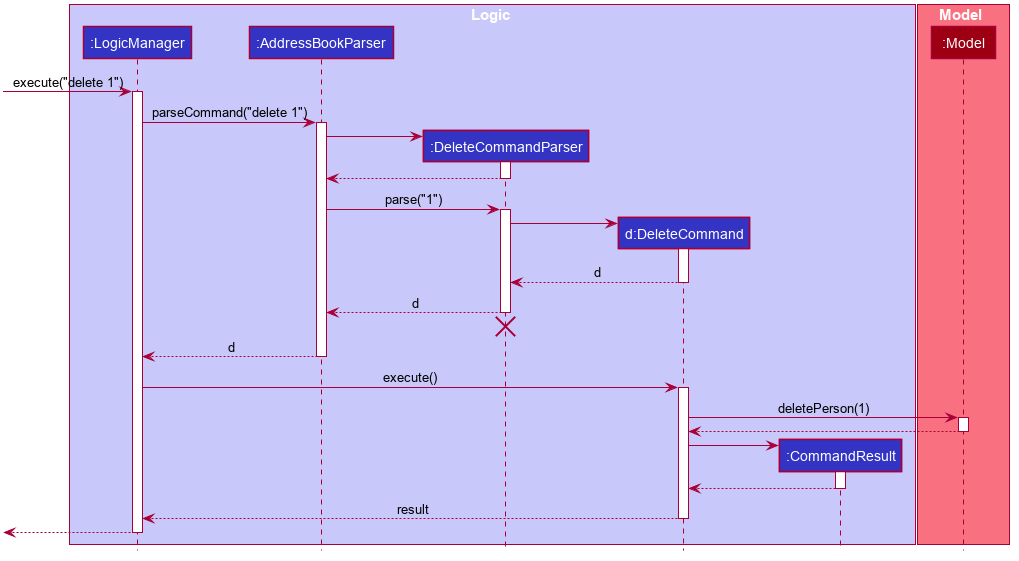
Above: docs/images/DeleteSequenceDiagram.png in nus-cs2103-AY1920S1/addressbook-level3 (PlantUML), before the change.
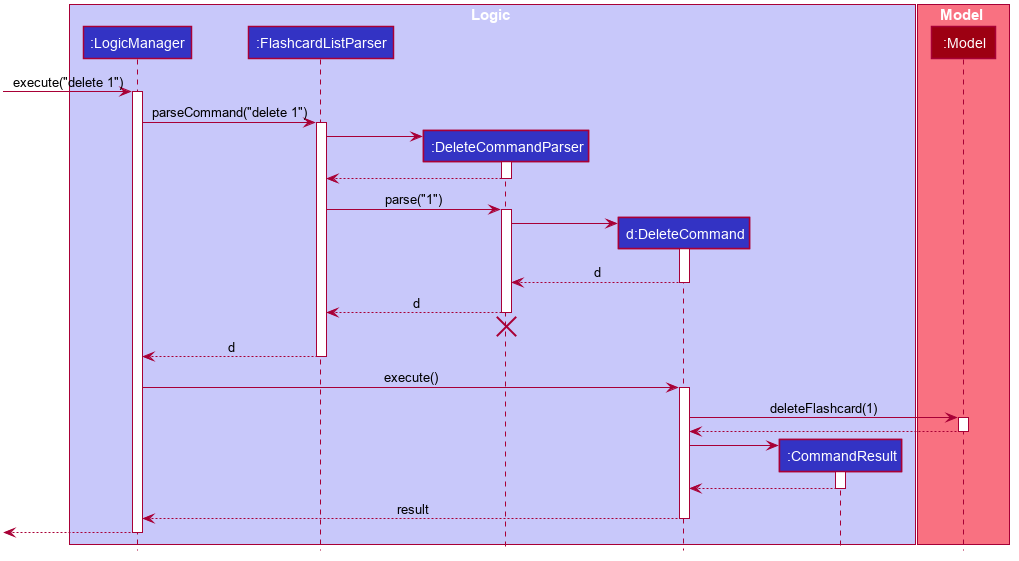
After the change.

Change to the diagram source:
```diff
@@ -50,7 +50,7 @@
 
 box Logic #C8C8FA
 participant ":LogicManager" as LogicManager #3333C4
-participant ":AddressBookParser" as AddressBookParser #3333C4
+participant ":FlashcardListParser" as FlashcardListParser #3333C4
 participant ":DeleteCommandParser" as DeleteCommandParser #3333C4
 participant "d:DeleteCommand" as DeleteCommand #3333C4
 participant ":CommandResult" as CommandResult #3333C4
@@ -63,17 +63,17 @@
 [-> LogicManager : execute("delete 1")
 activate LogicManager
 
-LogicManager -> AddressBookParser : parseCommand("delete 1")
-activate AddressBookParser
+LogicManager -> FlashcardListParser : parseCommand("delete 1")
+activate FlashcardListParser
 
 create DeleteCommandParser
-AddressBookParser -> DeleteCommandParser
+FlashcardListParser -> DeleteCommandParser
 activate DeleteCommandParser
 
-DeleteCommandParser --> AddressBookParser
+DeleteCommandParser --> FlashcardListParser
 deactivate DeleteCommandParser
 
-AddressBookParser -> DeleteCommandParser : parse("1")
+FlashcardListParser -> DeleteCommandParser : parse("1")
 activate DeleteCommandParser
 
 create DeleteCommand
@@ -83,18 +83,18 @@
 DeleteCommand --> DeleteCommandParser : d
 deactivate DeleteCommand
 
-DeleteCommandParser --> AddressBookParser : d
+DeleteCommandParser --> FlashcardListParser : d
 deactivate DeleteCommandParser
-DeleteCommandParser -[hidden]-> AddressBookParser
+DeleteCommandParser -[hidden]-> FlashcardListParser
 destroy DeleteCommandParser
 
-AddressBookParser --> LogicManager : d
-deactivate AddressBookParser
+FlashcardListParser --> LogicManager : d
+deactivate FlashcardListParser
 
 LogicManager -> DeleteCommand : execute()
 activate DeleteCommand
 
-DeleteCommand -> Model : deletePerson(1)
+DeleteCommand -> Model : deleteFlashcard(1)
 activate Model
 
 Model --> DeleteCommand
```
